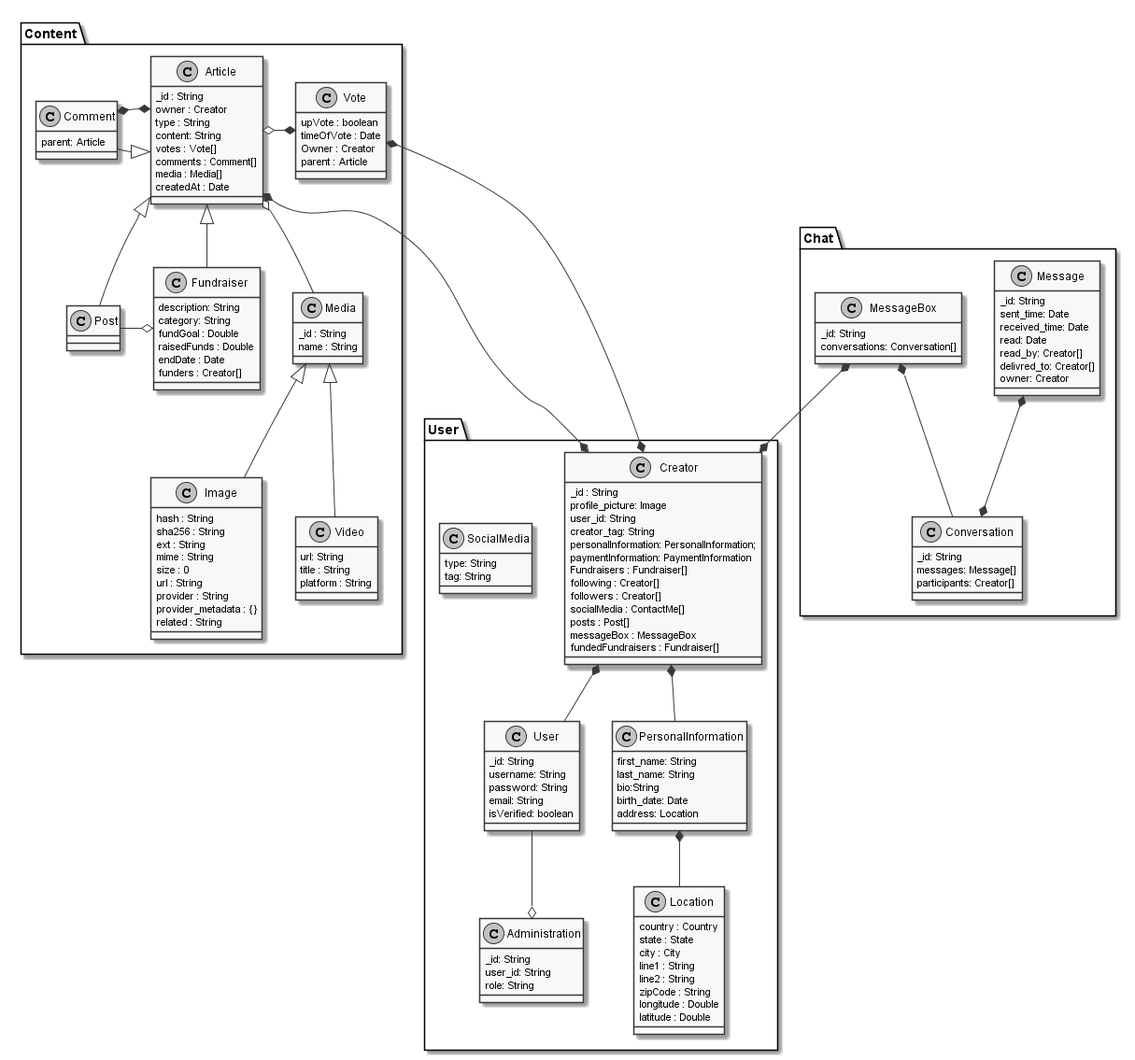
skywolfmo/ReportPFE keeps this PlantUML diagram as assets/User.png. Above is the earlier version. Source of this version:
```plantuml
@startuml User
skinparam monochrome true


package Content{
    class Post extends Article{
    }
    class Vote{
        upVote : boolean
        timeOfVote : Date
        Owner : Creator
        parent : Article
    }
    class Fundraiser extends Article{
        description: String
        category: String
        fundGoal : Double
        raisedFunds : Double
        endDate : Date
        funders : Creator[]
    }

    class Comment extends Article{
        parent: Article
    }
    class Article{
        _id : String
        owner : Creator
        type : String
        content: String
        votes : Vote[]
        comments : Comment[]
        media : Media[]
        createdAt : Date

    }
    class Media{
        _id : String
        name : String


    }
    class Image extends Media{
        hash : String
        sha256 : String
        ext : String
        mime : String
        size : 0
        url : String
        provider : String
        provider_metadata : {}
        related : String

    }
    class Video extends Media{
        url: String
        title : String
        platform : String
    }
    Article o-* Vote
    Article *-right-* Comment
    Fundraiser o-left- Post
    Article o-- Media

}
package Chat {

    class MessageBox{
        _id: String
        conversations: Conversation[]
    }
    class Conversation{
        _id: String
        messages: Message[]
        participants: Creator[]
    }
    class Message{
        _id: String
        sent_time: Date
        received_time: Date
        read: Date
        read_by: Creator[]
        delivred_to: Creator[]
        owner: Creator
    }


}

package User{

    class User {
        _id: String
        username: String
        password: String
        email: String
        isVerified: boolean
    }



    class Creator{
        _id : String
        profile_picture: Image
        user_id: String
        creator_tag: String
        personalInformation: PersonalInformation;
        paymentInformation: PaymentInformation
        Fundraisers : Fundraiser[]
        following : Creator[]
        followers : Creator[]
        socialMedia : ContactMe[]
        posts : Post[]
        messageBox : MessageBox
        fundedFundraisers : Fundraiser[]
    }

    class Administration{
        _id: String
        user_id: String
        role: String
    }

    class Location{
        country : Country
        state : State
        city : City
        line1 : String
        line2 : String
        zipCode : String
        longitude : Double
        latitude : Double
    }

    class SocialMedia{
        type: String
        tag: String
    }

    class PersonalInformation{
        first_name: String
        last_name: String
        bio:String
        birth_date: Date
        address: Location

    }
    Administration o-up- User
}



MessageBox  *--*  Creator

Article  *--*  Creator

PersonalInformation *-- Location
Creator *-- PersonalInformation
Vote  *---*  Creator
Creator *-- User
MessageBox  *-down-  Conversation
Message  *-up-*  Conversation


@enduml
```
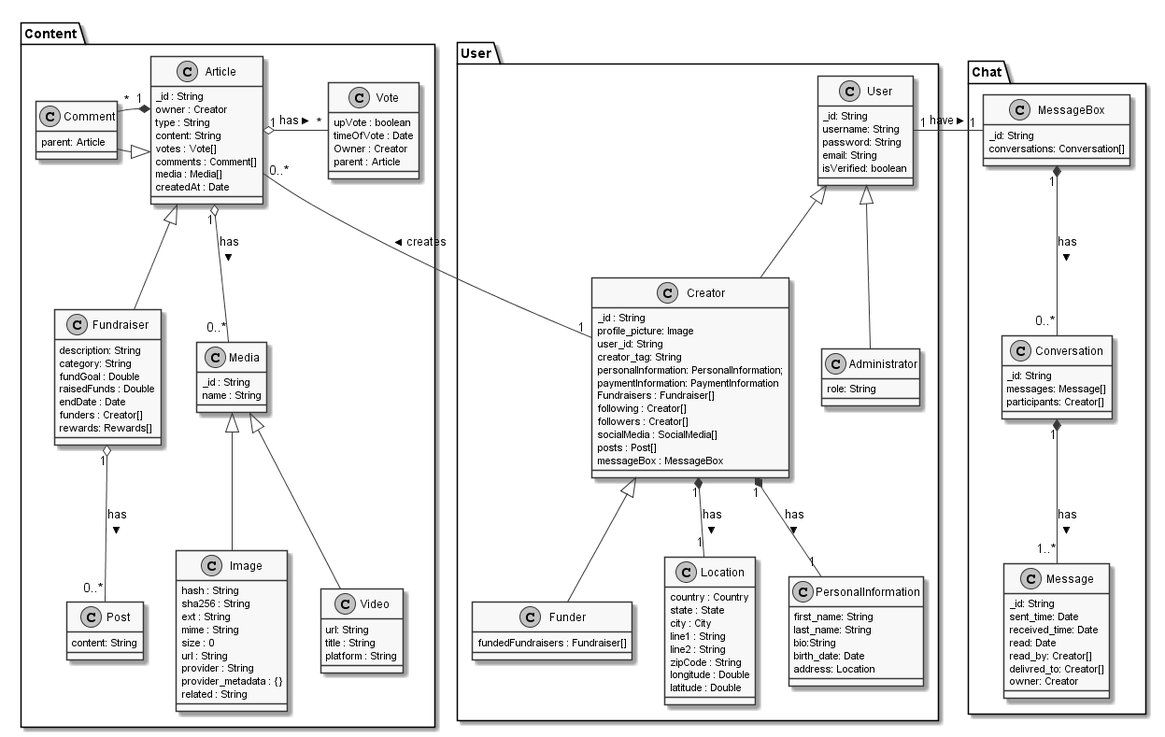
The same diagram one commit later.

Change to the diagram source:
```diff
@@ -3,7 +3,8 @@
 
 
 package Content{
-    class Post extends Article{
+    class Post {
+        content: String
     }
     class Vote{
         upVote : boolean
@@ -18,6 +19,7 @@
         raisedFunds : Double
         endDate : Date
         funders : Creator[]
+        rewards: Rewards[]
     }
 
     class Comment extends Article{
@@ -57,10 +59,10 @@
         title : String
         platform : String
     }
-    Article o-* Vote
-    Article *-right-* Comment
-    Fundraiser o-left- Post
-    Article o-- Media
+    Article "1" o--right-- "*" Vote : has >
+    Article "1" *-left- "*" Comment
+    Fundraiser "1" o-down- "0..*" Post : has >
+    Article "1" o-- "0..*" Media : has >
 
 }
 package Chat {
@@ -97,7 +99,16 @@
         isVerified: boolean
     }
 
+    class Funder{
+        fundedFundraisers : Fundraiser[]
 
+
+    }
+
+    class Administrator{
+        role: String
+
+    }
 
     class Creator{
         _id : String
@@ -109,17 +120,11 @@
         Fundraisers : Fundraiser[]
         following : Creator[]
         followers : Creator[]
-        socialMedia : ContactMe[]
+        socialMedia : SocialMedia[]
         posts : Post[]
         messageBox : MessageBox
-        fundedFundraisers : Fundraiser[]
     }
 
-    class Administration{
-        _id: String
-        user_id: String
-        role: String
-    }
 
     class Location{
         country : Country
@@ -132,10 +137,6 @@
         latitude : Double
     }
 
-    class SocialMedia{
-        type: String
-        tag: String
-    }
 
     class PersonalInformation{
         first_name: String
@@ -145,21 +146,21 @@
         address: Location
 
     }
-    Administration o-up- User
 }
 
 
 
-MessageBox  *--*  Creator
+MessageBox "1"  -left- "1" User : have <
 
-Article  *--*  Creator
+Article "0..*" -- "1" Creator : creates <
 
-PersonalInformation *-- Location
-Creator *-- PersonalInformation
-Vote  *---*  Creator
-Creator *-- User
-MessageBox  *-down-  Conversation
-Message  *-up-*  Conversation
+Creator "1" *-- "1" Location : has >
+Creator "1" *-- "1" PersonalInformation : has >
+Funder -up-|> Creator
+Creator -up-|> User
+Administrator -up-|> User
+MessageBox "1" *-down- "0..*" Conversation : has >
+Message "1..*" -down-* "1" Conversation : has <
 
 
 @enduml
```
